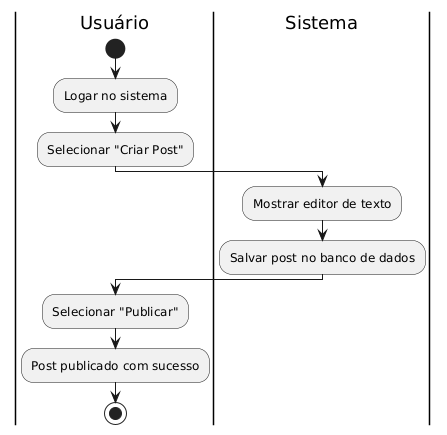
MateusOliveiraT25/ProjetosNodeJs keeps this PlantUML diagram as ProjetoDMBlogPessoal/docs/diagrams/diagrama_de_fluxo.png. Above is the earlier version. Source of this version:
```plantuml
@startuml
|Usuário|
start
:Logar no sistema;
:Selecionar "Criar Post";
|Sistema|
:Mostrar editor de texto;
:Salvar post no banco de dados;
|Usuário|
:Selecionar "Publicar";
:Post publicado com sucesso;
stop
@enduml
```
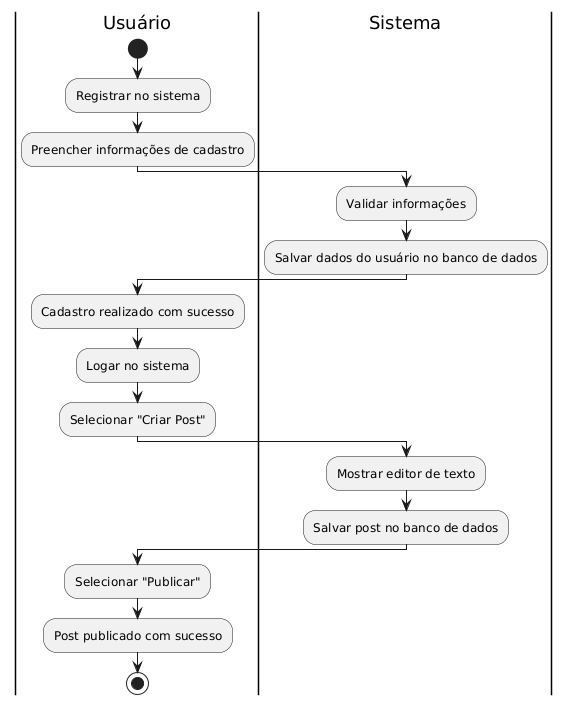
Above is the later version.

Diff of the diagram source:
```diff
@@ -1,6 +1,13 @@
 @startuml
 |Usuário|
 start
+:Registrar no sistema;
+:Preencher informações de cadastro;
+|Sistema|
+:Validar informações;
+:Salvar dados do usuário no banco de dados;
+|Usuário|
+:Cadastro realizado com sucesso;
 :Logar no sistema;
 :Selecionar "Criar Post";
 |Sistema|
```
